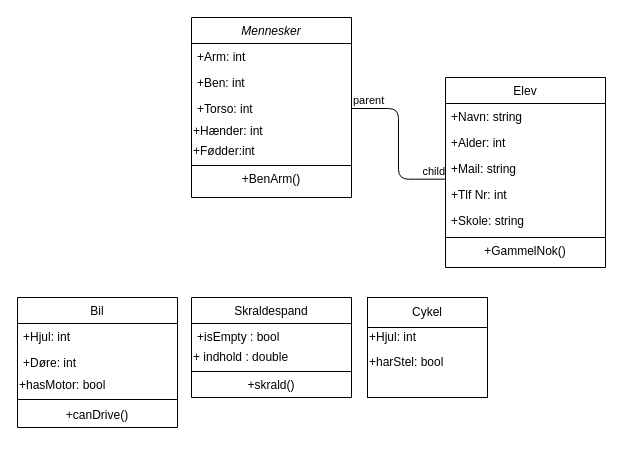
Above: Untitled Diagram.drawio in Mim1c/The-Repository (draw.io), before the change. Source tidied: cells renumbered, new cells numbered last; positions are measured from the earlier drawing's top-left corner, leaving out a move shared by most shapes. Both pictures are drawn from the tidied source at 100%, with x=0, y=0 at pixel (17, 17).
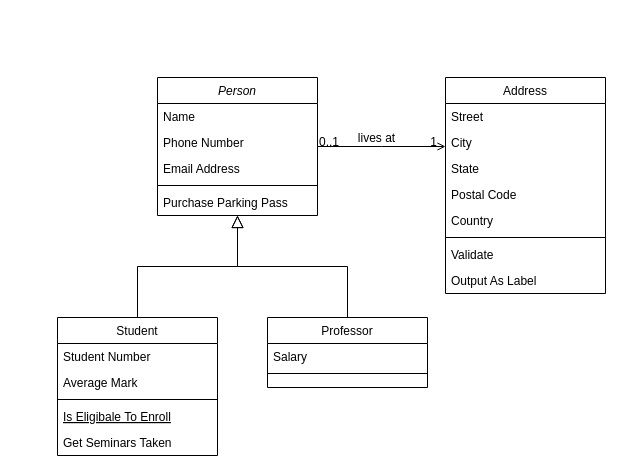
Above is the later version.

Diff of the diagram source:
```diff
@@
-    <mxCell id="2" value="Mennesker" style="swimlane;fontStyle=2;align=center;verticalAlign=top;horizontal=1;startSize=26;rounded=0;shadow=0;strokeWidth=1;" parent="1" vertex="1">
-      <mxGeometry x="174" width="160" height="180" as="geometry" />
+    <mxCell id="2" value="Person" style="swimlane;fontStyle=2;align=center;verticalAlign=top;horizontal=1;startSize=26;rounded=0;shadow=0;strokeWidth=1;" parent="1" vertex="1">
+      <mxGeometry x="140" y="60" width="160" height="138" as="geometry" />
     </mxCell>
-    <mxCell id="3" value="+Arm: int" style="text;align=left;verticalAlign=top;spacingLeft=4;spacingRight=4;overflow=hidden;" parent="2" vertex="1">
+    <mxCell id="3" value="Name" style="text;align=left;verticalAlign=top;spacingLeft=4;spacingRight=4;overflow=hidden;" parent="2" vertex="1">
       <mxGeometry y="26" width="160" height="26" as="geometry" />
     </mxCell>
-    <mxCell id="4" value="+Ben: int" style="text;align=left;verticalAlign=top;spacingLeft=4;spacingRight=4;overflow=hidden;rounded=0;shadow=0;html=0;" parent="2" vertex="1">
+    <mxCell id="4" value="Phone Number" style="text;align=left;verticalAlign=top;spacingLeft=4;spacingRight=4;overflow=hidden;rounded=0;shadow=0;html=0;" parent="2" vertex="1">
       <mxGeometry y="52" width="160" height="26" as="geometry" />
     </mxCell>
-    <mxCell id="5" value="+Torso: int" style="text;align=left;verticalAlign=top;spacingLeft=4;spacingRight=4;overflow=hidden;points=[[0,0.5],[1,0.5]];portConstraint=eastwest;rounded=0;shadow=0;html=0;" parent="2" vertex="1">
+    <mxCell id="5" value="Email Address" style="text;align=left;verticalAlign=top;spacingLeft=4;spacingRight=4;overflow=hidden;points=[[0,0.5],[1,0.5]];portConstraint=eastwest;rounded=0;shadow=0;html=0;" parent="2" vertex="1">
       <mxGeometry y="78" width="160" height="26" as="geometry" />
     </mxCell>
-    <mxCell id="6" value="+Hænder: int" style="text;html=1;strokeColor=none;fillColor=none;align=left;verticalAlign=middle;whiteSpace=wrap;rounded=0;" parent="2" vertex="1">
-      <mxGeometry y="104" width="160" height="20" as="geometry" />
-    </mxCell>
-    <mxCell id="7" value="+Fødder:int&amp;nbsp;" style="text;html=1;strokeColor=none;fillColor=none;align=left;verticalAlign=middle;whiteSpace=wrap;rounded=0;" parent="2" vertex="1">
-      <mxGeometry y="124" width="160" height="20" as="geometry" />
-    </mxCell>
-    <mxCell id="8" style="line;html=1;strokeWidth=1;align=left;verticalAlign=middle;spacingTop=-1;spacingLeft=3;spacingRight=3;labelPosition=right;" parent="2" vertex="1">
-      <mxGeometry y="144" width="160" height="8" as="geometry" />
-    </mxCell>
-    <mxCell id="9" value="+BenArm()" style="text;html=1;strokeColor=none;fillColor=none;align=center;verticalAlign=middle;whiteSpace=wrap;rounded=0;" parent="2" vertex="1">
-      <mxGeometry y="152" width="160" height="20" as="geometry" />
-    </mxCell>
+    <mxCell id="37" style="line;html=1;strokeWidth=1;align=left;verticalAlign=middle;spacingTop=-1;spacingLeft=3;spacingRight=3;labelPosition=right;" parent="2" vertex="1">
+      <mxGeometry y="104" width="160" height="8" as="geometry" />
+    </mxCell>
+    <mxCell id="38" value="Purchase Parking Pass" style="text;align=left;verticalAlign=top;spacingLeft=4;spacingRight=4;overflow=hidden;" parent="2" vertex="1">
+      <mxGeometry y="112" width="160" height="26" as="geometry" />
+    </mxCell>
-    <mxCell id="10" value="Bil" style="swimlane;fontStyle=0;align=center;verticalAlign=top;horizontal=1;startSize=26;rounded=0;shadow=0;strokeWidth=1;" parent="1" vertex="1">
-      <mxGeometry y="280" width="160" height="130" as="geometry" />
+    <mxCell id="10" value="Student" style="swimlane;fontStyle=0;align=center;verticalAlign=top;horizontal=1;startSize=26;rounded=0;shadow=0;strokeWidth=1;" parent="1" vertex="1">
+      <mxGeometry x="40" y="300" width="160" height="138" as="geometry" />
     </mxCell>
-    <mxCell id="11" value="+Hjul: int" style="text;align=left;verticalAlign=top;spacingLeft=4;spacingRight=4;overflow=hidden;" parent="10" vertex="1">
+    <mxCell id="11" value="Student Number" style="text;align=left;verticalAlign=top;spacingLeft=4;spacingRight=4;overflow=hidden;" parent="10" vertex="1">
       <mxGeometry y="26" width="160" height="26" as="geometry" />
     </mxCell>
-    <mxCell id="12" value="+Døre: int" style="text;align=left;verticalAlign=top;spacingLeft=4;spacingRight=4;overflow=hidden;rounded=0;shadow=0;html=0;" parent="10" vertex="1">
+    <mxCell id="12" value="Average Mark" style="text;align=left;verticalAlign=top;spacingLeft=4;spacingRight=4;overflow=hidden;rounded=0;shadow=0;html=0;" parent="10" vertex="1">
       <mxGeometry y="52" width="160" height="26" as="geometry" />
     </mxCell>
-    <mxCell id="13" value="+hasMotor: bool" style="text;html=1;strokeColor=none;fillColor=none;align=left;verticalAlign=middle;whiteSpace=wrap;rounded=0;" parent="10" vertex="1">
-      <mxGeometry y="78" width="160" height="20" as="geometry" />
-    </mxCell>
     <mxCell id="14" style="line;html=1;strokeWidth=1;align=left;verticalAlign=middle;spacingTop=-1;spacingLeft=3;spacingRight=3;labelPosition=right;" parent="10" vertex="1">
-      <mxGeometry y="98" width="160" height="8" as="geometry" />
+      <mxGeometry y="78" width="160" height="8" as="geometry" />
     </mxCell>
-    <mxCell id="15" value="+canDrive()" style="text;html=1;strokeColor=none;fillColor=none;align=center;verticalAlign=middle;whiteSpace=wrap;rounded=0;" parent="10" vertex="1">
-      <mxGeometry y="106" width="160" height="24" as="geometry" />
-    </mxCell>
+    <mxCell id="39" value="Is Eligibale To Enroll" style="text;align=left;verticalAlign=top;spacingLeft=4;spacingRight=4;overflow=hidden;fontStyle=4;" parent="10" vertex="1">
+      <mxGeometry y="86" width="160" height="26" as="geometry" />
+    </mxCell>
+    <mxCell id="40" value="Get Seminars Taken" style="text;align=left;verticalAlign=top;spacingLeft=4;spacingRight=4;overflow=hidden;" parent="10" vertex="1">
+      <mxGeometry y="112" width="160" height="26" as="geometry" />
+    </mxCell>
+    <mxCell id="41" style="endArrow=block;endSize=10;endFill=0;shadow=0;strokeWidth=1;rounded=0;edgeStyle=elbowEdgeStyle;elbow=vertical;" parent="1" edge="1" source="10" target="2">
+      <mxGeometry relative="1" as="geometry" />
+    </mxCell>
-    <mxCell id="16" value="Skraldespand" style="swimlane;fontStyle=0;align=center;verticalAlign=top;horizontal=1;startSize=26;rounded=0;shadow=0;strokeWidth=1;" parent="1" vertex="1">
-      <mxGeometry x="174" y="280" width="160" height="100" as="geometry" />
+    <mxCell id="16" value="Professor" style="swimlane;fontStyle=0;align=center;verticalAlign=top;horizontal=1;startSize=26;rounded=0;shadow=0;strokeWidth=1;" parent="1" vertex="1">
+      <mxGeometry x="250" y="300" width="160" height="70" as="geometry" />
     </mxCell>
-    <mxCell id="17" value="+isEmpty : bool" style="text;align=left;verticalAlign=top;spacingLeft=4;spacingRight=4;overflow=hidden;" parent="16" vertex="1">
-      <mxGeometry y="26" width="160" height="24" as="geometry" />
+    <mxCell id="17" value="Salary" style="text;align=left;verticalAlign=top;spacingLeft=4;spacingRight=4;overflow=hidden;" parent="16" vertex="1">
+      <mxGeometry y="26" width="160" height="26" as="geometry" />
     </mxCell>
-    <mxCell id="18" value="+ indhold : double" style="text;html=1;strokeColor=none;fillColor=none;align=left;verticalAlign=middle;whiteSpace=wrap;rounded=0;" parent="16" vertex="1">
-      <mxGeometry y="50" width="160" height="20" as="geometry" />
-    </mxCell>
-    <mxCell id="19" style="line;html=1;strokeWidth=1;align=left;verticalAlign=middle;spacingTop=-1;spacingLeft=3;spacingRight=3;labelPosition=right;" parent="16" vertex="1">
-      <mxGeometry y="70" width="160" height="8" as="geometry" />
-    </mxCell>
-    <mxCell id="20" value="+skrald()" style="text;html=1;strokeColor=none;fillColor=none;align=center;verticalAlign=middle;whiteSpace=wrap;rounded=0;" parent="16" vertex="1">
-      <mxGeometry y="78" width="160" height="20" as="geometry" />
-    </mxCell>
+    <mxCell id="42" style="line;html=1;strokeWidth=1;align=left;verticalAlign=middle;spacingTop=-1;spacingLeft=3;spacingRight=3;labelPosition=right;" parent="16" vertex="1">
+      <mxGeometry y="52" width="160" height="8" as="geometry" />
+    </mxCell>
+    <mxCell id="43" style="endArrow=block;endSize=10;endFill=0;shadow=0;strokeWidth=1;rounded=0;edgeStyle=elbowEdgeStyle;elbow=vertical;" parent="1" edge="1" source="16" target="2">
+      <mxGeometry relative="1" as="geometry" />
+    </mxCell>
-    <mxCell id="21" value="Elev" style="swimlane;fontStyle=0;align=center;verticalAlign=top;horizontal=1;startSize=26;rounded=0;shadow=0;strokeWidth=1;" parent="1" vertex="1">
-      <mxGeometry x="428" y="60" width="160" height="190" as="geometry" />
+    <mxCell id="21" value="Address" style="swimlane;fontStyle=0;align=center;verticalAlign=top;horizontal=1;startSize=26;rounded=0;shadow=0;strokeWidth=1;" parent="1" vertex="1">
+      <mxGeometry x="428" y="60" width="160" height="216" as="geometry" />
     </mxCell>
-    <mxCell id="22" value="+Navn: string" style="text;align=left;verticalAlign=top;spacingLeft=4;spacingRight=4;overflow=hidden;" parent="21" vertex="1">
+    <mxCell id="22" value="Street" style="text;align=left;verticalAlign=top;spacingLeft=4;spacingRight=4;overflow=hidden;" parent="21" vertex="1">
       <mxGeometry y="26" width="160" height="26" as="geometry" />
     </mxCell>
-    <mxCell id="23" value="+Alder: int" style="text;align=left;verticalAlign=top;spacingLeft=4;spacingRight=4;overflow=hidden;rounded=0;shadow=0;html=0;" parent="21" vertex="1">
+    <mxCell id="23" value="City" style="text;align=left;verticalAlign=top;spacingLeft=4;spacingRight=4;overflow=hidden;rounded=0;shadow=0;html=0;" parent="21" vertex="1">
       <mxGeometry y="52" width="160" height="26" as="geometry" />
     </mxCell>
-    <mxCell id="24" value="+Mail: string" style="text;align=left;verticalAlign=top;spacingLeft=4;spacingRight=4;overflow=hidden;rounded=0;shadow=0;html=0;" parent="21" vertex="1">
+    <mxCell id="24" value="State" style="text;align=left;verticalAlign=top;spacingLeft=4;spacingRight=4;overflow=hidden;rounded=0;shadow=0;html=0;" parent="21" vertex="1">
       <mxGeometry y="78" width="160" height="26" as="geometry" />
     </mxCell>
-    <mxCell id="25" value="+Tlf Nr: int" style="text;align=left;verticalAlign=top;spacingLeft=4;spacingRight=4;overflow=hidden;points=[[0,0.5],[1,0.5]];portConstraint=eastwest;rounded=0;shadow=0;html=0;" parent="21" vertex="1">
+    <mxCell id="25" value="Postal Code" style="text;align=left;verticalAlign=top;spacingLeft=4;spacingRight=4;overflow=hidden;points=[[0,0.5],[1,0.5]];portConstraint=eastwest;rounded=0;shadow=0;html=0;" parent="21" vertex="1">
       <mxGeometry y="104" width="160" height="26" as="geometry" />
     </mxCell>
-    <mxCell id="26" value="+Skole: string" style="text;align=left;verticalAlign=top;spacingLeft=4;spacingRight=4;overflow=hidden;rounded=0;shadow=0;html=0;" parent="21" vertex="1">
+    <mxCell id="26" value="Country" style="text;align=left;verticalAlign=top;spacingLeft=4;spacingRight=4;overflow=hidden;rounded=0;shadow=0;html=0;" parent="21" vertex="1">
       <mxGeometry y="130" width="160" height="26" as="geometry" />
     </mxCell>
@@
-    <mxCell id="28" value="+GammelNok()" style="text;html=1;strokeColor=none;fillColor=none;align=center;verticalAlign=middle;whiteSpace=wrap;rounded=0;" parent="21" vertex="1">
-      <mxGeometry y="164" width="160" height="20" as="geometry" />
-    </mxCell>
-    <mxCell id="29" style="rounded=0;whiteSpace=wrap;html=1;align=left;" parent="1" vertex="1">
-      <mxGeometry x="350" y="280" width="120" height="100" as="geometry" />
-    </mxCell>
-    <mxCell id="30" style="rounded=0;whiteSpace=wrap;html=1;align=left;" parent="1" vertex="1">
-      <mxGeometry x="350" y="280" width="120" height="30" as="geometry" />
-    </mxCell>
-    <mxCell id="31" value="Cykel" style="text;html=1;strokeColor=none;fillColor=none;align=center;verticalAlign=middle;whiteSpace=wrap;rounded=0;" parent="1" vertex="1">
-      <mxGeometry x="390" y="285" width="40" height="20" as="geometry" />
-    </mxCell>
-    <mxCell id="32" value="+Hjul: int" style="text;html=1;strokeColor=none;fillColor=none;align=left;verticalAlign=middle;whiteSpace=wrap;rounded=0;" parent="1" vertex="1">
-      <mxGeometry x="350" y="310" width="120" height="20" as="geometry" />
-    </mxCell>
-    <mxCell id="33" value="+harStel: bool" style="text;html=1;strokeColor=none;fillColor=none;align=left;verticalAlign=middle;whiteSpace=wrap;rounded=0;" parent="1" vertex="1">
-      <mxGeometry x="350" y="335" width="120" height="20" as="geometry" />
-    </mxCell>
-    <mxCell id="34" style="endArrow=none;html=1;edgeStyle=orthogonalEdgeStyle;exitX=1;exitY=0.5;exitDx=0;exitDy=0;entryX=0.004;entryY=-0.09;entryDx=0;entryDy=0;entryPerimeter=0;" parent="1" edge="1" source="5" target="25">
-      <mxGeometry relative="1" as="geometry" />
-    </mxCell>
-    <mxCell id="35" value="parent" style="edgeLabel;html=1;align=left;verticalAlign=bottom;" parent="34" vertex="1">
-      <mxGeometry x="-1" relative="1" as="geometry" />
-    </mxCell>
-    <mxCell id="36" value="child" style="edgeLabel;html=1;align=right;verticalAlign=bottom;" parent="34" vertex="1">
-      <mxGeometry x="1" relative="1" as="geometry" />
-    </mxCell>
+    <mxCell id="44" value="Validate" style="text;align=left;verticalAlign=top;spacingLeft=4;spacingRight=4;overflow=hidden;" parent="21" vertex="1">
+      <mxGeometry y="164" width="160" height="26" as="geometry" />
+    </mxCell>
+    <mxCell id="45" value="Output As Label" style="text;align=left;verticalAlign=top;spacingLeft=4;spacingRight=4;overflow=hidden;" parent="21" vertex="1">
+      <mxGeometry y="190" width="160" height="26" as="geometry" />
+    </mxCell>
+    <mxCell id="46" style="endArrow=open;shadow=0;strokeWidth=1;rounded=0;endFill=1;edgeStyle=elbowEdgeStyle;elbow=vertical;" parent="1" edge="1" source="2" target="21">
+      <mxGeometry x="0.5" y="41" relative="1" as="geometry">
+        <mxPoint x="-40" y="32" as="offset" />
+      </mxGeometry>
+    </mxCell>
+    <mxCell id="47" value="0..1" style="align=left;verticalAlign=bottom;labelBackgroundColor=none;fontSize=12;" parent="46" vertex="1">
+      <mxGeometry x="-1" relative="1" as="geometry">
+        <mxPoint y="4" as="offset" />
+      </mxGeometry>
+    </mxCell>
+    <mxCell id="48" value="1" style="align=right;verticalAlign=bottom;labelBackgroundColor=none;fontSize=12;" parent="46" vertex="1">
+      <mxGeometry x="1" relative="1" as="geometry">
+        <mxPoint x="-7" y="4" as="offset" />
+      </mxGeometry>
+    </mxCell>
+    <mxCell id="49" value="lives at" style="text;html=1;align=center;verticalAlign=middle;labelBackgroundColor=none;rounded=0;shadow=0;strokeWidth=1;fontSize=12;" parent="46" vertex="1">
+      <mxGeometry x="0.5" y="49" relative="1" as="geometry">
+        <mxPoint x="-38" y="40" as="offset" />
+      </mxGeometry>
+    </mxCell>
```
